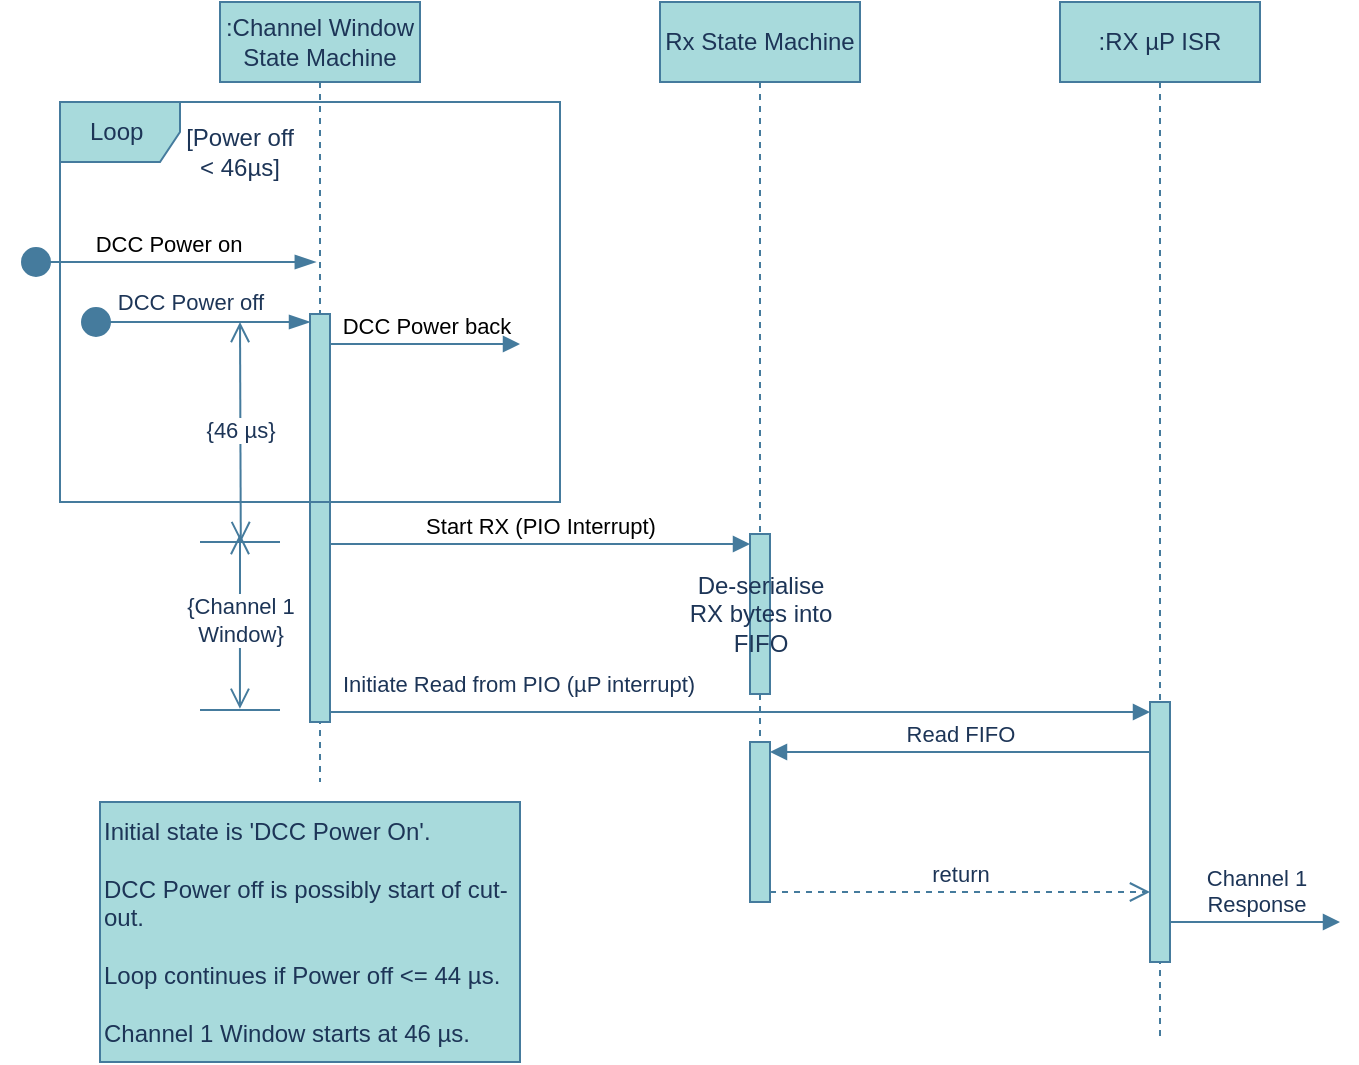
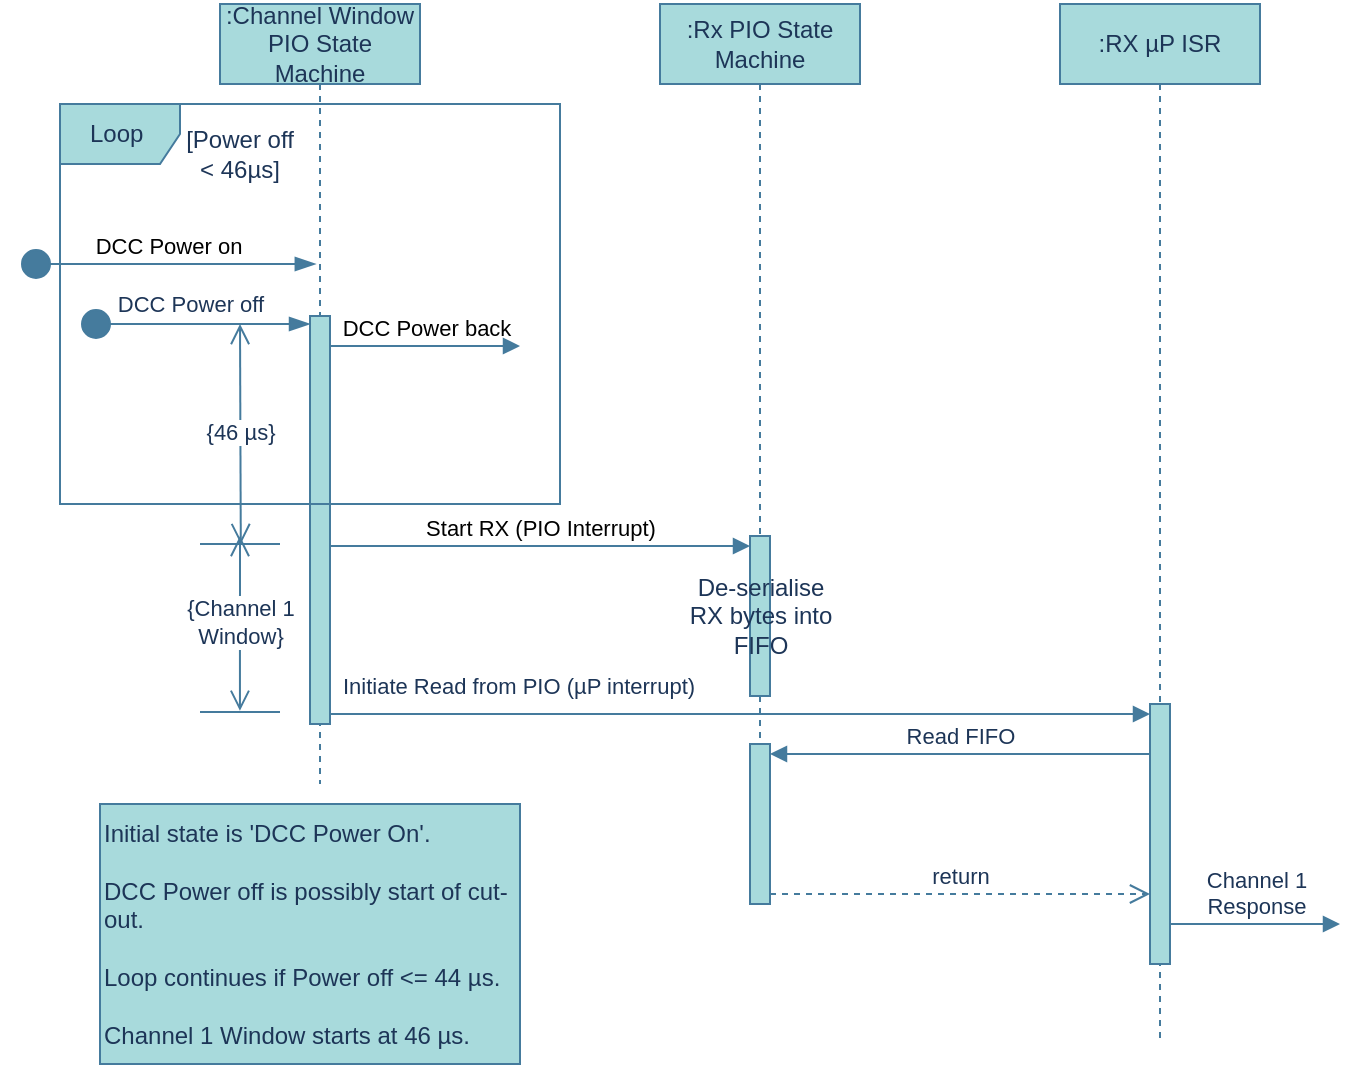
<mxfile host="Electron">
  <diagram name="Page-1" id="weol4V-U0tvbO18UPE6M">
    <mxGraphModel dx="1094" dy="833" grid="1" gridSize="10" guides="1" tooltips="1" connect="1" arrows="1" fold="1" page="1" pageScale="1" pageWidth="827" pageHeight="1169" math="0" shadow="0">
      <root>
        <mxCell id="0" />
        <mxCell id="1" parent="0" />
-         <mxCell id="pWkvLbUYFah3Om_B_SmA-1" parent="1" style="shape=umlLifeline;perimeter=lifelinePerimeter;whiteSpace=wrap;html=1;container=1;dropTarget=0;collapsible=0;recursiveResize=0;outlineConnect=0;portConstraint=eastwest;newEdgeStyle={&quot;curved&quot;:0,&quot;rounded&quot;:0};labelBackgroundColor=none;fillColor=#A8DADC;strokeColor=#457B9D;fontColor=#1D3557;" value=":Channel Window&lt;div&gt;State Machine&lt;/div&gt;" vertex="1">
+         <mxCell id="pWkvLbUYFah3Om_B_SmA-1" parent="1" style="shape=umlLifeline;perimeter=lifelinePerimeter;whiteSpace=wrap;html=1;container=1;dropTarget=0;collapsible=0;recursiveResize=0;outlineConnect=0;portConstraint=eastwest;newEdgeStyle={&quot;curved&quot;:0,&quot;rounded&quot;:0};labelBackgroundColor=none;fillColor=#A8DADC;strokeColor=#457B9D;fontColor=#1D3557;" value=":Channel Window&lt;div&gt;PIO State Machine&lt;/div&gt;" vertex="1">
          <mxGeometry height="390" width="100" x="130" y="160" as="geometry" />
        </mxCell>
        <mxCell id="pWkvLbUYFah3Om_B_SmA-4" parent="pWkvLbUYFah3Om_B_SmA-1" style="html=1;points=[[0,0,0,0,5],[0,1,0,0,-5],[1,0,0,0,5],[1,1,0,0,-5]];perimeter=orthogonalPerimeter;outlineConnect=0;targetShapes=umlLifeline;portConstraint=eastwest;newEdgeStyle={&quot;curved&quot;:0,&quot;rounded&quot;:0};labelBackgroundColor=none;fillColor=#A8DADC;strokeColor=#457B9D;fontColor=#1D3557;" value="" vertex="1">
          <mxGeometry height="204" width="10" x="45" y="156" as="geometry" />
        </mxCell>
        <mxCell id="pWkvLbUYFah3Om_B_SmA-2" parent="1" style="shape=umlFrame;whiteSpace=wrap;html=1;pointerEvents=0;labelBackgroundColor=none;fillColor=#A8DADC;strokeColor=#457B9D;fontColor=#1D3557;" value="Loop&amp;nbsp;" vertex="1">
          <mxGeometry height="200" width="250" x="50" y="210" as="geometry" />
        </mxCell>
        <mxCell id="pWkvLbUYFah3Om_B_SmA-3" edge="1" parent="1" style="html=1;verticalAlign=bottom;startArrow=circle;startFill=1;endArrow=blockThin;startSize=6;endSize=8;curved=0;rounded=0;labelBackgroundColor=none;strokeColor=#457B9D;fontColor=default;endFill=1;" value="DCC Power on">
          <mxGeometry relative="1" width="80" as="geometry">
            <mxPoint x="30" y="290" as="sourcePoint" />
            <mxPoint x="177.9" y="290" as="targetPoint" />
          </mxGeometry>
        </mxCell>
        <mxCell id="pWkvLbUYFah3Om_B_SmA-5" edge="1" parent="1" style="html=1;verticalAlign=bottom;startArrow=circle;startFill=1;endArrow=blockThin;startSize=6;endSize=8;curved=0;rounded=0;exitX=0.007;exitY=0.245;exitDx=0;exitDy=0;exitPerimeter=0;labelBackgroundColor=none;strokeColor=#457B9D;fontColor=default;endFill=1;" target="pWkvLbUYFah3Om_B_SmA-4" value="">
          <mxGeometry relative="1" width="80" x="-0.5374" y="50" as="geometry">
            <mxPoint as="offset" />
            <mxPoint x="60" y="320" as="sourcePoint" />
            <mxPoint x="170" y="321" as="targetPoint" />
          </mxGeometry>
        </mxCell>
        <mxCell id="pWkvLbUYFah3Om_B_SmA-6" connectable="0" parent="pWkvLbUYFah3Om_B_SmA-5" style="edgeLabel;html=1;align=center;verticalAlign=middle;resizable=0;points=[];labelBackgroundColor=none;fontColor=#1D3557;" value="DCC Power off" vertex="1">
          <mxGeometry relative="1" x="-0.2314" as="geometry">
            <mxPoint x="11" y="-10" as="offset" />
          </mxGeometry>
        </mxCell>
        <mxCell id="pWkvLbUYFah3Om_B_SmA-7" parent="1" style="text;html=1;whiteSpace=wrap;strokeColor=none;fillColor=none;align=center;verticalAlign=middle;rounded=0;fontColor=#1D3557;labelBackgroundColor=none;" value="[Power off &amp;lt; 46µs]" vertex="1">
          <mxGeometry height="30" width="60" x="110" y="220" as="geometry" />
        </mxCell>
        <mxCell id="pWkvLbUYFah3Om_B_SmA-9" edge="1" parent="1" source="pWkvLbUYFah3Om_B_SmA-4" style="html=1;verticalAlign=bottom;endArrow=block;curved=0;rounded=0;strokeColor=#457B9D;fontColor=default;fillColor=#A8DADC;labelBackgroundColor=none;" value="DCC Power back">
          <mxGeometry relative="1" width="80" as="geometry">
            <Array as="points" />
            <mxPoint x="190" y="340" as="sourcePoint" />
            <mxPoint x="280" y="331" as="targetPoint" />
          </mxGeometry>
        </mxCell>
-         <mxCell id="pWkvLbUYFah3Om_B_SmA-10" parent="1" style="shape=umlLifeline;perimeter=lifelinePerimeter;whiteSpace=wrap;html=1;container=1;dropTarget=0;collapsible=0;recursiveResize=0;outlineConnect=0;portConstraint=eastwest;newEdgeStyle={&quot;curved&quot;:0,&quot;rounded&quot;:0};strokeColor=#457B9D;fontColor=#1D3557;fillColor=#A8DADC;labelBackgroundColor=none;" value="Rx State Machine" vertex="1">
+         <mxCell id="pWkvLbUYFah3Om_B_SmA-10" parent="1" style="shape=umlLifeline;perimeter=lifelinePerimeter;whiteSpace=wrap;html=1;container=1;dropTarget=0;collapsible=0;recursiveResize=0;outlineConnect=0;portConstraint=eastwest;newEdgeStyle={&quot;curved&quot;:0,&quot;rounded&quot;:0};strokeColor=#457B9D;fontColor=#1D3557;fillColor=#A8DADC;labelBackgroundColor=none;" value=":Rx PIO State Machine" vertex="1">
          <mxGeometry height="380" width="100" x="350" y="160" as="geometry" />
        </mxCell>
        <mxCell id="pWkvLbUYFah3Om_B_SmA-12" parent="pWkvLbUYFah3Om_B_SmA-10" style="html=1;points=[[0,0,0,0,5],[0,1,0,0,-5],[1,0,0,0,5],[1,1,0,0,-5]];perimeter=orthogonalPerimeter;outlineConnect=0;targetShapes=umlLifeline;portConstraint=eastwest;newEdgeStyle={&quot;curved&quot;:0,&quot;rounded&quot;:0};strokeColor=#457B9D;fontColor=#1D3557;fillColor=#A8DADC;labelBackgroundColor=none;" value="De-serialise&lt;div&gt;RX bytes into&lt;/div&gt;&lt;div&gt;FIFO&lt;/div&gt;" vertex="1">
          <mxGeometry height="80" width="10" x="45" y="266" as="geometry" />
        </mxCell>
        <mxCell id="pWkvLbUYFah3Om_B_SmA-13" edge="1" parent="1" source="pWkvLbUYFah3Om_B_SmA-4" style="html=1;verticalAlign=bottom;endArrow=block;curved=0;rounded=0;strokeColor=#457B9D;fontColor=default;fillColor=#A8DADC;labelBackgroundColor=none;entryX=0;entryY=0;entryDx=0;entryDy=5;entryPerimeter=0;" target="pWkvLbUYFah3Om_B_SmA-12" value="Start RX (PIO Interrupt)">
          <mxGeometry relative="1" width="80" as="geometry">
            <mxPoint x="190" y="430" as="sourcePoint" />
            <mxPoint x="390" y="430" as="targetPoint" />
          </mxGeometry>
        </mxCell>
        <mxCell id="pWkvLbUYFah3Om_B_SmA-14" parent="1" style="line;strokeWidth=1;fillColor=none;align=left;verticalAlign=middle;spacingTop=-1;spacingLeft=3;spacingRight=3;rotatable=0;labelPosition=right;points=[];portConstraint=eastwest;strokeColor=#457B9D;fontColor=#1D3557;labelBackgroundColor=none;" value="" vertex="1">
          <mxGeometry height="8" width="40" x="120" y="426" as="geometry" />
        </mxCell>
        <mxCell id="pWkvLbUYFah3Om_B_SmA-20" edge="1" parent="1" style="edgeStyle=none;orthogonalLoop=1;jettySize=auto;html=1;endArrow=open;startArrow=open;endSize=8;startSize=8;rounded=0;strokeColor=#457B9D;fontColor=#1D3557;fillColor=#A8DADC;entryX=0.51;entryY=0.504;entryDx=0;entryDy=0;entryPerimeter=0;endFill=0;startFill=0;" target="pWkvLbUYFah3Om_B_SmA-14" value="">
          <mxGeometry relative="1" width="100" as="geometry">
            <Array as="points" />
            <mxPoint x="140" y="320" as="sourcePoint" />
            <mxPoint x="180" y="350" as="targetPoint" />
          </mxGeometry>
        </mxCell>
        <mxCell id="pWkvLbUYFah3Om_B_SmA-21" connectable="0" parent="pWkvLbUYFah3Om_B_SmA-20" style="edgeLabel;html=1;align=center;verticalAlign=middle;resizable=0;points=[];strokeColor=#457B9D;fontColor=#1D3557;fillColor=#A8DADC;" value="{46 µs}" vertex="1">
          <mxGeometry relative="1" x="-0.0144" as="geometry">
            <mxPoint as="offset" />
          </mxGeometry>
        </mxCell>
        <mxCell id="pWkvLbUYFah3Om_B_SmA-22" parent="1" style="shape=umlLifeline;perimeter=lifelinePerimeter;whiteSpace=wrap;html=1;container=1;dropTarget=0;collapsible=0;recursiveResize=0;outlineConnect=0;portConstraint=eastwest;newEdgeStyle={&quot;curved&quot;:0,&quot;rounded&quot;:0};strokeColor=#457B9D;fontColor=#1D3557;fillColor=#A8DADC;" value=":RX µP ISR" vertex="1">
          <mxGeometry height="520" width="100" x="550" y="160" as="geometry" />
        </mxCell>
        <mxCell id="pWkvLbUYFah3Om_B_SmA-30" parent="pWkvLbUYFah3Om_B_SmA-22" style="html=1;points=[[0,0,0,0,5],[0,1,0,0,-5],[1,0,0,0,5],[1,1,0,0,-5]];perimeter=orthogonalPerimeter;outlineConnect=0;targetShapes=umlLifeline;portConstraint=eastwest;newEdgeStyle={&quot;curved&quot;:0,&quot;rounded&quot;:0};strokeColor=#457B9D;fontColor=#1D3557;fillColor=#A8DADC;" value="" vertex="1">
          <mxGeometry height="130" width="10" x="45" y="350" as="geometry" />
        </mxCell>
        <mxCell id="pWkvLbUYFah3Om_B_SmA-24" edge="1" parent="1" source="pWkvLbUYFah3Om_B_SmA-30" style="html=1;verticalAlign=bottom;endArrow=block;curved=0;rounded=0;entryX=1;entryY=0;entryDx=0;entryDy=5;strokeColor=#457B9D;fontColor=#1D3557;fillColor=#A8DADC;" target="pWkvLbUYFah3Om_B_SmA-23" value="Read FIFO">
          <mxGeometry relative="1" as="geometry">
            <mxPoint x="590" y="535" as="sourcePoint" />
          </mxGeometry>
        </mxCell>
        <mxCell id="pWkvLbUYFah3Om_B_SmA-25" edge="1" parent="1" source="pWkvLbUYFah3Om_B_SmA-23" style="html=1;verticalAlign=bottom;endArrow=open;dashed=1;endSize=8;curved=0;rounded=0;exitX=1;exitY=1;exitDx=0;exitDy=-5;strokeColor=#457B9D;fontColor=#1D3557;fillColor=#A8DADC;" target="pWkvLbUYFah3Om_B_SmA-30" value="return">
          <mxGeometry relative="1" as="geometry">
            <mxPoint x="470" y="580" as="targetPoint" />
          </mxGeometry>
        </mxCell>
        <mxCell id="pWkvLbUYFah3Om_B_SmA-23" parent="1" style="html=1;points=[[0,0,0,0,5],[0,1,0,0,-5],[1,0,0,0,5],[1,1,0,0,-5]];perimeter=orthogonalPerimeter;outlineConnect=0;targetShapes=umlLifeline;portConstraint=eastwest;newEdgeStyle={&quot;curved&quot;:0,&quot;rounded&quot;:0};strokeColor=#457B9D;fontColor=#1D3557;fillColor=#A8DADC;" value="" vertex="1">
          <mxGeometry height="80" width="10" x="395" y="530" as="geometry" />
        </mxCell>
        <mxCell id="pWkvLbUYFah3Om_B_SmA-26" edge="1" parent="1" source="pWkvLbUYFah3Om_B_SmA-4" style="html=1;verticalAlign=bottom;endArrow=block;curved=0;rounded=0;strokeColor=#457B9D;fontColor=#1D3557;fillColor=#A8DADC;exitX=1;exitY=1;exitDx=0;exitDy=-5;exitPerimeter=0;entryX=0;entryY=0;entryDx=0;entryDy=5;entryPerimeter=0;" target="pWkvLbUYFah3Om_B_SmA-30" value="Initiate Read from PIO (µP interrupt)">
          <mxGeometry relative="1" width="80" x="-0.5422" y="5" as="geometry">
            <mxPoint as="offset" />
            <mxPoint x="370" y="410" as="sourcePoint" />
            <mxPoint x="600" y="515" as="targetPoint" />
          </mxGeometry>
        </mxCell>
        <mxCell id="pWkvLbUYFah3Om_B_SmA-27" parent="1" style="line;strokeWidth=1;fillColor=none;align=left;verticalAlign=middle;spacingTop=-1;spacingLeft=3;spacingRight=3;rotatable=0;labelPosition=right;points=[];portConstraint=eastwest;strokeColor=#457B9D;fontColor=#1D3557;labelBackgroundColor=none;" value="" vertex="1">
          <mxGeometry height="8" width="40" x="120" y="510" as="geometry" />
        </mxCell>
        <mxCell id="pWkvLbUYFah3Om_B_SmA-28" edge="1" parent="1" style="edgeStyle=none;orthogonalLoop=1;jettySize=auto;html=1;endArrow=open;startArrow=open;endSize=8;startSize=8;rounded=0;strokeColor=#457B9D;fontColor=#1D3557;fillColor=#A8DADC;endFill=0;startFill=0;entryX=0.499;entryY=0.429;entryDx=0;entryDy=0;entryPerimeter=0;" target="pWkvLbUYFah3Om_B_SmA-27" value="">
          <mxGeometry relative="1" width="100" as="geometry">
            <Array as="points" />
            <mxPoint x="140" y="426" as="sourcePoint" />
            <mxPoint x="140" y="510" as="targetPoint" />
          </mxGeometry>
        </mxCell>
        <mxCell id="pWkvLbUYFah3Om_B_SmA-29" connectable="0" parent="pWkvLbUYFah3Om_B_SmA-28" style="edgeLabel;html=1;align=center;verticalAlign=middle;resizable=0;points=[];strokeColor=#457B9D;fontColor=#1D3557;fillColor=#A8DADC;" value="{Channel 1&lt;div&gt;Window}&lt;/div&gt;" vertex="1">
          <mxGeometry relative="1" x="-0.0144" as="geometry">
            <mxPoint as="offset" />
          </mxGeometry>
        </mxCell>
        <mxCell id="pWkvLbUYFah3Om_B_SmA-31" edge="1" parent="1" source="pWkvLbUYFah3Om_B_SmA-30" style="html=1;verticalAlign=bottom;endArrow=block;curved=0;rounded=0;strokeColor=#457B9D;fontColor=#1D3557;fillColor=#A8DADC;" value="Channel 1&lt;div&gt;Response&lt;/div&gt;">
          <mxGeometry relative="1" width="80" as="geometry">
            <mxPoint x="610" y="620" as="sourcePoint" />
            <mxPoint x="690" y="620" as="targetPoint" />
          </mxGeometry>
        </mxCell>
        <mxCell id="pWkvLbUYFah3Om_B_SmA-34" parent="1" style="rounded=0;whiteSpace=wrap;html=1;strokeColor=#457B9D;fontColor=#1D3557;fillColor=#A8DADC;align=left;" value="Initial state is &#39;DCC Power On&#39;.&lt;div&gt;&lt;br&gt;&lt;/div&gt;&lt;div&gt;DCC Power off is possibly start of cut-out.&lt;/div&gt;&lt;div&gt;&lt;br&gt;&lt;/div&gt;&lt;div&gt;Loop continues if Power off &amp;lt;= 44 µs.&lt;/div&gt;&lt;div&gt;&lt;br&gt;&lt;/div&gt;&lt;div&gt;Channel 1 Window starts at 46 µs.&lt;/div&gt;" vertex="1">
          <mxGeometry height="130" width="210" x="70" y="560" as="geometry" />
        </mxCell>
      </root>
    </mxGraphModel>
  </diagram>
</mxfile>
